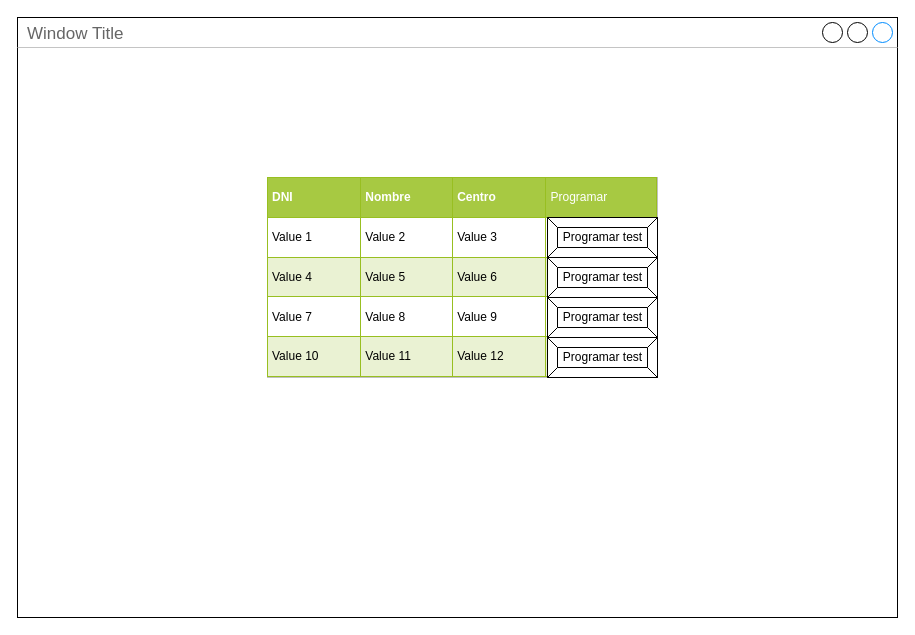
Before: wireframes/medico.drawio in algoriasmart/medchain, a draw.io diagram. Source tidied: cells renumbered, new cells numbered last; positions are measured from the earlier drawing's top-left corner, leaving out a move shared by most shapes. Both pictures are drawn from the tidied source at 100%, with x=0, y=0 at pixel (17, 17).
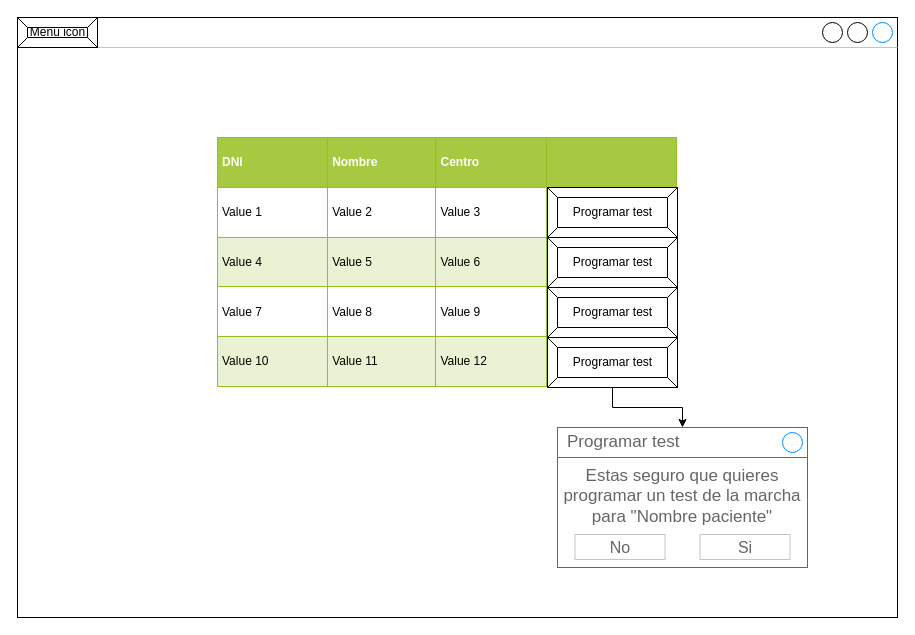
Above is the later version.

Diff of the diagram source:
```diff
@@
 <mxGraphModel>
   <root>
     <mxCell id="0" />
     <mxCell id="1" parent="0" />
-    <mxCell id="2" value="Window Title" style="strokeWidth=1;shadow=0;dashed=0;align=center;html=1;shape=mxgraph.mockup.containers.window;align=left;verticalAlign=top;spacingLeft=8;strokeColor2=#008cff;strokeColor3=#c4c4c4;fontColor=#666666;mainText=;fontSize=17;labelBackgroundColor=none;" parent="1" vertex="1">
+    <mxCell id="2" value="&lt;div&gt;&lt;br&gt;&lt;/div&gt;" style="strokeWidth=1;shadow=0;dashed=0;align=center;html=1;shape=mxgraph.mockup.containers.window;align=left;verticalAlign=top;spacingLeft=8;strokeColor2=#008cff;strokeColor3=#c4c4c4;fontColor=#666666;mainText=;fontSize=17;labelBackgroundColor=none;" parent="1" vertex="1">
       <mxGeometry width="880" height="600" as="geometry" />
     </mxCell>
-    <mxCell id="3" value="&lt;table style=&quot;width: 100% ; height: 100% ; border-collapse: collapse&quot; width=&quot;100%&quot; cellpadding=&quot;4&quot; border=&quot;1&quot;&gt;&lt;tbody&gt;&lt;tr style=&quot;background-color: #a7c942 ; color: #ffffff ; border: 1px solid #98bf21&quot;&gt;&lt;th align=&quot;left&quot;&gt;DNI&lt;span style=&quot;white-space: pre&quot;&gt; &lt;/span&gt;&lt;/th&gt;&lt;th align=&quot;left&quot;&gt;Nombre&lt;/th&gt;&lt;th align=&quot;left&quot;&gt;Centro&lt;/th&gt;&lt;td&gt;Programar&lt;/td&gt;&lt;/tr&gt;&lt;tr style=&quot;border: 1px solid #98bf21&quot;&gt;&lt;td&gt;Value 1&lt;/td&gt;&lt;td&gt;Value 2&lt;/td&gt;&lt;td&gt;Value 3&lt;/td&gt;&lt;td&gt;&lt;br&gt;&lt;/td&gt;&lt;/tr&gt;&lt;tr style=&quot;background-color: #eaf2d3 ; border: 1px solid #98bf21&quot;&gt;&lt;td&gt;Value 4&lt;/td&gt;&lt;td&gt;Value 5&lt;/td&gt;&lt;td&gt;Value 6&lt;/td&gt;&lt;td&gt;&lt;br&gt;&lt;/td&gt;&lt;/tr&gt;&lt;tr style=&quot;border: 1px solid #98bf21&quot;&gt;&lt;td&gt;Value 7&lt;/td&gt;&lt;td&gt;Value 8&lt;/td&gt;&lt;td&gt;Value 9&lt;/td&gt;&lt;td&gt;&lt;br&gt;&lt;/td&gt;&lt;/tr&gt;&lt;tr style=&quot;background-color: #eaf2d3 ; border: 1px solid #98bf21&quot;&gt;&lt;td&gt;Value 10&lt;/td&gt;&lt;td&gt;Value 11&lt;/td&gt;&lt;td&gt;Value 12&lt;/td&gt;&lt;td&gt;&lt;br&gt;&lt;/td&gt;&lt;/tr&gt;&lt;/tbody&gt;&lt;/table&gt;" style="text;html=1;strokeColor=#c0c0c0;fillColor=#ffffff;overflow=fill;rounded=0;" parent="1" vertex="1">
-      <mxGeometry x="250" y="160" width="390" height="200" as="geometry" />
+    <mxCell id="3" value="&lt;table style=&quot;width: 100% ; height: 100% ; border-collapse: collapse&quot; width=&quot;100%&quot; cellpadding=&quot;4&quot; border=&quot;1&quot;&gt;&lt;tbody&gt;&lt;tr style=&quot;background-color: #a7c942 ; color: #ffffff ; border: 1px solid #98bf21&quot;&gt;&lt;th align=&quot;left&quot;&gt;DNI&lt;span style=&quot;white-space: pre&quot;&gt; &lt;/span&gt;&lt;/th&gt;&lt;th align=&quot;left&quot;&gt;Nombre&lt;/th&gt;&lt;th align=&quot;left&quot;&gt;Centro&lt;/th&gt;&lt;td&gt;&amp;nbsp;&amp;nbsp;&amp;nbsp;&amp;nbsp;&amp;nbsp;&amp;nbsp;&amp;nbsp;&amp;nbsp;&amp;nbsp;&amp;nbsp;&amp;nbsp;&amp;nbsp;&amp;nbsp;&amp;nbsp;&amp;nbsp;&amp;nbsp;&amp;nbsp; &lt;br&gt;&lt;/td&gt;&lt;/tr&gt;&lt;tr style=&quot;border: 1px solid #98bf21&quot;&gt;&lt;td&gt;Value 1&lt;/td&gt;&lt;td&gt;Value 2&lt;/td&gt;&lt;td&gt;Value 3&lt;/td&gt;&lt;td&gt;&lt;br&gt;&lt;/td&gt;&lt;/tr&gt;&lt;tr style=&quot;background-color: #eaf2d3 ; border: 1px solid #98bf21&quot;&gt;&lt;td&gt;Value 4&lt;/td&gt;&lt;td&gt;Value 5&lt;/td&gt;&lt;td&gt;Value 6&lt;/td&gt;&lt;td&gt;&lt;br&gt;&lt;/td&gt;&lt;/tr&gt;&lt;tr style=&quot;border: 1px solid #98bf21&quot;&gt;&lt;td&gt;Value 7&lt;/td&gt;&lt;td&gt;Value 8&lt;/td&gt;&lt;td&gt;Value 9&lt;/td&gt;&lt;td&gt;&lt;br&gt;&lt;/td&gt;&lt;/tr&gt;&lt;tr style=&quot;background-color: #eaf2d3 ; border: 1px solid #98bf21&quot;&gt;&lt;td&gt;Value 10&lt;/td&gt;&lt;td&gt;Value 11&lt;/td&gt;&lt;td&gt;Value 12&lt;/td&gt;&lt;td&gt;&lt;br&gt;&lt;/td&gt;&lt;/tr&gt;&lt;/tbody&gt;&lt;/table&gt;" style="text;html=1;overflow=fill;rounded=0;" parent="1" vertex="1">
+      <mxGeometry x="200" y="120" width="460" height="250" as="geometry" />
     </mxCell>
     <mxCell id="4" value="Programar test" style="labelPosition=center;verticalLabelPosition=middle;align=center;html=1;shape=mxgraph.basic.button;dx=10;" parent="1" vertex="1">
-      <mxGeometry x="530" y="200" width="110" height="40" as="geometry" />
+      <mxGeometry x="530" y="170" width="130" height="50" as="geometry" />
     </mxCell>
     <mxCell id="5" value="Programar test" style="labelPosition=center;verticalLabelPosition=middle;align=center;html=1;shape=mxgraph.basic.button;dx=10;" parent="1" vertex="1">
-      <mxGeometry x="530" y="240" width="110" height="40" as="geometry" />
+      <mxGeometry x="530" y="220" width="130" height="50" as="geometry" />
     </mxCell>
     <mxCell id="6" value="Programar test" style="labelPosition=center;verticalLabelPosition=middle;align=center;html=1;shape=mxgraph.basic.button;dx=10;" parent="1" vertex="1">
-      <mxGeometry x="530" y="280" width="110" height="40" as="geometry" />
+      <mxGeometry x="530" y="270" width="130" height="50" as="geometry" />
     </mxCell>
+    <mxCell id="8" style="edgeStyle=orthogonalEdgeStyle;rounded=0;jettySize=auto;html=1;" parent="1" edge="1" source="7" target="11">
+      <mxGeometry relative="1" as="geometry" />
+    </mxCell>
     <mxCell id="7" value="Programar test" style="labelPosition=center;verticalLabelPosition=middle;align=center;html=1;shape=mxgraph.basic.button;dx=10;" parent="1" vertex="1">
-      <mxGeometry x="530" y="320" width="110" height="40" as="geometry" />
+      <mxGeometry x="530" y="320" width="130" height="50" as="geometry" />
     </mxCell>
+    <mxCell id="9" value="Menu icon" style="labelPosition=center;verticalLabelPosition=middle;align=center;html=1;shape=mxgraph.basic.button;dx=10;" parent="1" vertex="1">
+      <mxGeometry width="80" height="30" as="geometry" />
+    </mxCell>
+    <mxCell id="10" value="Estas seguro que quieres programar un test de la marcha para &quot;Nombre paciente&quot;" style="strokeWidth=1;shadow=0;dashed=0;align=center;html=1;shape=mxgraph.mockup.containers.rrect;rSize=0;strokeColor=#666666;fontColor=#666666;fontSize=17;verticalAlign=top;whiteSpace=wrap;fillColor=#ffffff;spacingTop=32;" parent="1" vertex="1">
+      <mxGeometry x="540" y="410" width="250" height="140" as="geometry" />
+    </mxCell>
+    <mxCell id="11" value="Programar test" style="strokeWidth=1;shadow=0;dashed=0;align=center;html=1;shape=mxgraph.mockup.containers.rrect;rSize=0;fontSize=17;fontColor=#666666;strokeColor=#666666;align=left;spacingLeft=8;fillColor=none;" parent="10" vertex="1">
+      <mxGeometry width="250" height="30" relative="1" as="geometry" />
+    </mxCell>
+    <mxCell id="12" style="shape=ellipse;strokeColor=#008cff;fillColor=none;html=1;" parent="11" vertex="1">
+      <mxGeometry x="1" y="0.5" width="20" height="20" relative="1" as="geometry">
+        <mxPoint x="-25" y="-10" as="offset" />
+      </mxGeometry>
+    </mxCell>
+    <mxCell id="13" value="No" style="strokeWidth=1;shadow=0;dashed=0;align=center;html=1;shape=mxgraph.mockup.containers.rrect;rSize=0;fontSize=16;fontColor=#666666;strokeColor=#c4c4c4;whiteSpace=wrap;fillColor=none;" parent="10" vertex="1">
+      <mxGeometry x="0.25" y="1" width="90" height="25" relative="1" as="geometry">
+        <mxPoint x="-45" y="-33" as="offset" />
+      </mxGeometry>
+    </mxCell>
+    <mxCell id="14" value="Si" style="strokeWidth=1;shadow=0;dashed=0;align=center;html=1;shape=mxgraph.mockup.containers.rrect;rSize=0;fontSize=16;fontColor=#666666;strokeColor=#c4c4c4;whiteSpace=wrap;fillColor=none;" parent="10" vertex="1">
+      <mxGeometry x="0.75" y="1" width="90" height="25" relative="1" as="geometry">
+        <mxPoint x="-45" y="-33" as="offset" />
+      </mxGeometry>
+    </mxCell>
   </root>
 </mxGraphModel>
```
